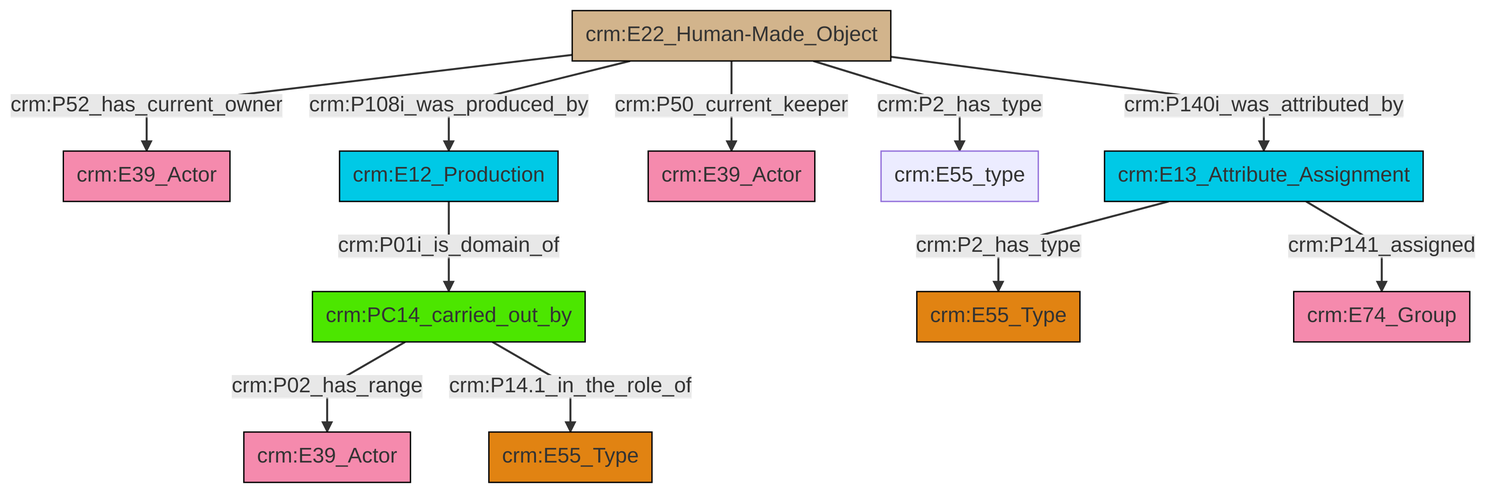
This is et/artworkCSV/ttl/mmd/png/Artwork_Actor_Relations.png from swiss-art-research-net/docs.swissartresearch, a Mermaid export, as it was before one commit. Its source is kept beside it as et/artworkCSV/ttl/mmd/Artwork_Actor_Relations.ttl.mmd.
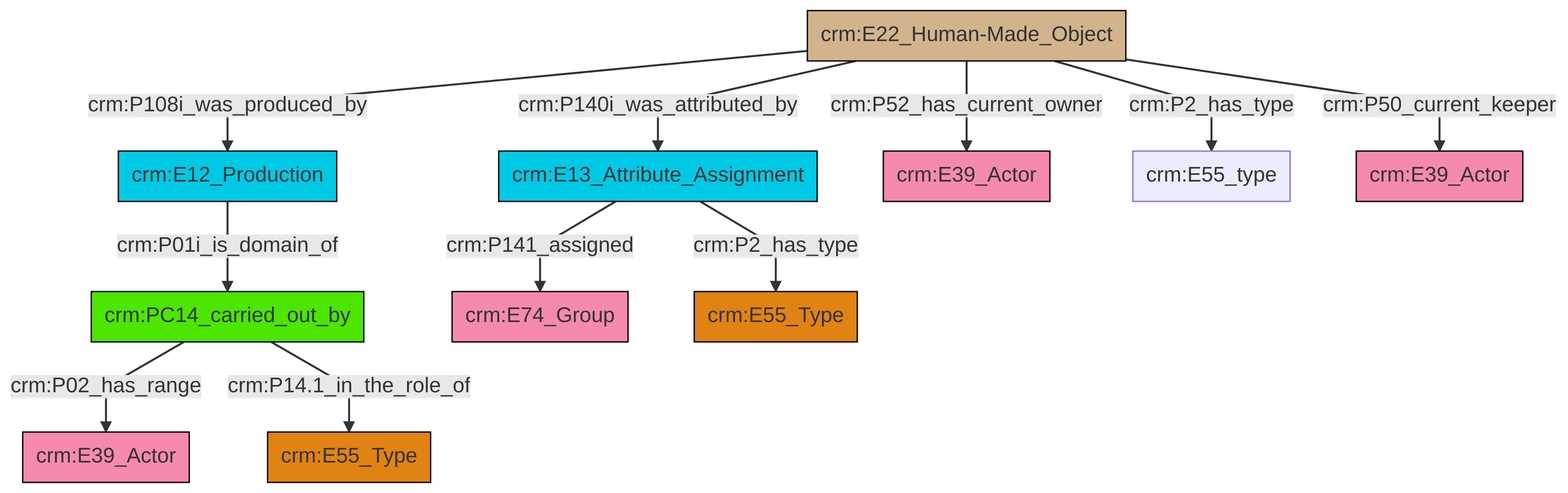
Above is the later version.

Change to the diagram source:
```diff
@@ -13,13 +13,13 @@
 classDef PC_Classes fill:#4ce600, stroke:#000000;
 classDef Multi fill:#cccccc,stroke:#000000;
 
-2["crm:E22_Human-Made_Object"]:::Physical_Thing -->|crm:P52_has_current_owner| 4["crm:E39_Actor"]:::Actor
-2["crm:E22_Human-Made_Object"]:::Physical_Thing -->|crm:P108i_was_produced_by| 11["crm:E12_Production"]:::Temporal_Entity
-2["crm:E22_Human-Made_Object"]:::Physical_Thing -->|crm:P50_current_keeper| 9["crm:E39_Actor"]:::Actor
-2["crm:E22_Human-Made_Object"]:::Physical_Thing -->|crm:P2_has_type| 20["crm:E55_type"]:::Default
-2["crm:E22_Human-Made_Object"]:::Physical_Thing -->|crm:P140i_was_attributed_by| 12["crm:E13_Attribute_Assignment"]:::Temporal_Entity
-12["crm:E13_Attribute_Assignment"]:::Temporal_Entity -->|crm:P2_has_type| 0["crm:E55_Type"]:::Type
-5["crm:PC14_carried_out_by"]:::PC_Classes -->|crm:P02_has_range| 7["crm:E39_Actor"]:::Actor
-12["crm:E13_Attribute_Assignment"]:::Temporal_Entity -->|crm:P141_assigned| 14["crm:E74_Group"]:::Actor
-5["crm:PC14_carried_out_by"]:::PC_Classes -->|crm:P14.1_in_the_role_of| 17["crm:E55_Type"]:::Type
-11["crm:E12_Production"]:::Temporal_Entity -->|crm:P01i_is_domain_of| 5["crm:PC14_carried_out_by"]:::PC_Classes
+0["crm:PC14_carried_out_by"]:::PC_Classes -->|crm:P02_has_range| 1["crm:E39_Actor"]:::Actor
+4["crm:E12_Production"]:::Temporal_Entity -->|crm:P01i_is_domain_of| 0["crm:PC14_carried_out_by"]:::PC_Classes
+5["crm:E22_Human-Made_Object"]:::Physical_Thing -->|crm:P52_has_current_owner| 6["crm:E39_Actor"]:::Actor
+2["crm:E13_Attribute_Assignment"]:::Temporal_Entity -->|crm:P141_assigned| 7["crm:E74_Group"]:::Actor
+5["crm:E22_Human-Made_Object"]:::Physical_Thing -->|crm:P2_has_type| 8["crm:E55_type"]:::Default
+5["crm:E22_Human-Made_Object"]:::Physical_Thing -->|crm:P50_current_keeper| 10["crm:E39_Actor"]:::Actor
+2["crm:E13_Attribute_Assignment"]:::Temporal_Entity -->|crm:P2_has_type| 11["crm:E55_Type"]:::Type
+0["crm:PC14_carried_out_by"]:::PC_Classes -->|crm:P14.1_in_the_role_of| 14["crm:E55_Type"]:::Type
+5["crm:E22_Human-Made_Object"]:::Physical_Thing -->|crm:P140i_was_attributed_by| 2["crm:E13_Attribute_Assignment"]:::Temporal_Entity
+5["crm:E22_Human-Made_Object"]:::Physical_Thing -->|crm:P108i_was_produced_by| 4["crm:E12_Production"]:::Temporal_Entity
```
